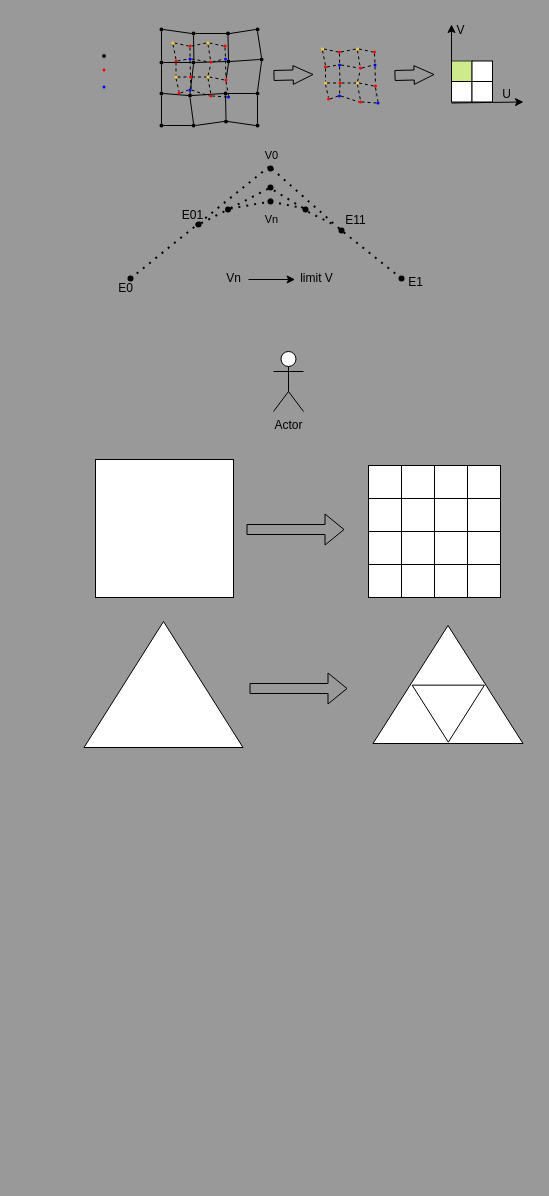
Before: GDOC.drawio in killroshan/visio_chart, a draw.io diagram. Source tidied: cells renumbered, new cells numbered last; positions are measured from the earlier drawing's top-left corner, leaving out a move shared by most shapes. Both pictures are drawn from the tidied source at 100%, with x=0, y=0 at pixel (95, 17). Pictures stored in the file or linked from it are replaced by grey dashed boxes.
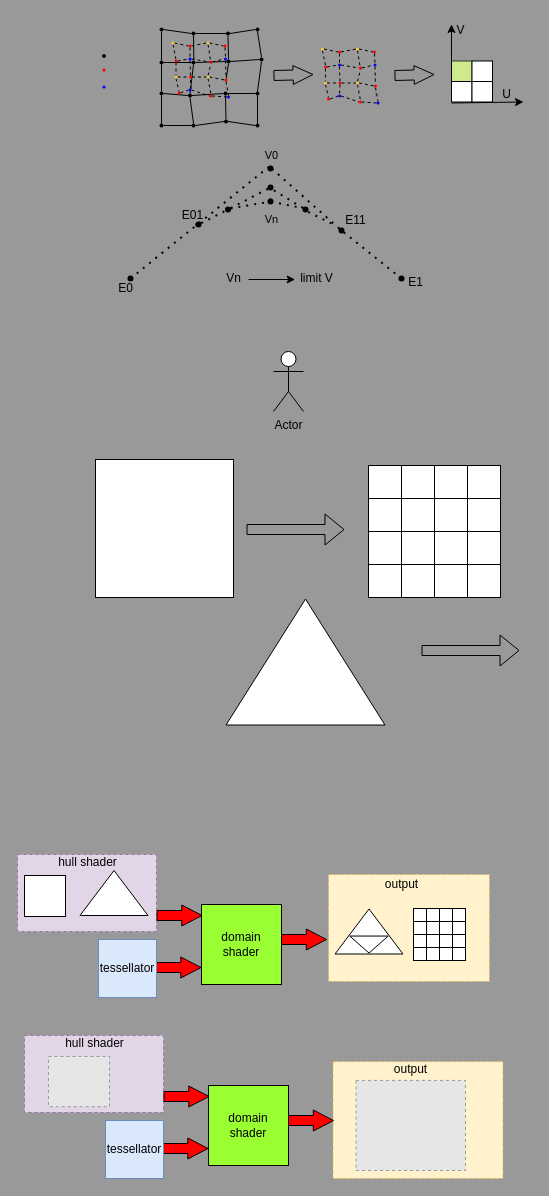
Above is the later version.

What changed in the source:
```diff
@@
+    <mxCell id="193" style="rounded=0;whiteSpace=wrap;html=1;dashed=1;fillColor=#fff2cc;strokeColor=#d6b656;" parent="1" vertex="1">
+      <mxGeometry x="237.5" y="1044.1" width="170" height="116.9" as="geometry" />
+    </mxCell>
+    <mxCell id="194" style="rounded=0;whiteSpace=wrap;html=1;dashed=1;fillColor=#fff2cc;strokeColor=#d6b656;" parent="1" vertex="1">
+      <mxGeometry x="233" y="857" width="161" height="107" as="geometry" />
+    </mxCell>
+    <mxCell id="195" style="rounded=0;whiteSpace=wrap;html=1;dashed=1;fillColor=#e1d5e7;strokeColor=#9673a6;" parent="1" vertex="1">
+      <mxGeometry x="-78" y="837" width="139" height="77" as="geometry" />
+    </mxCell>
@@
     <mxCell id="189" style="triangle;whiteSpace=wrap;html=1;rotation=-90;" parent="1" vertex="1">
-      <mxGeometry x="5" y="587.5" width="126" height="159" as="geometry" />
+      <mxGeometry x="147" y="565" width="126" height="159" as="geometry" />
     </mxCell>
     <mxCell id="190" style="shape=flexArrow;endArrow=classic;html=1;rounded=0;" parent="1" edge="1">
       <mxGeometry relative="1" as="geometry">
-        <mxPoint x="154" y="671" as="sourcePoint" />
-        <mxPoint x="252" y="671" as="targetPoint" />
+        <mxPoint x="326" y="633" as="sourcePoint" />
+        <mxPoint x="424" y="633" as="targetPoint" />
       </mxGeometry>
     </mxCell>
-    <mxCell id="191" style="triangle;whiteSpace=wrap;html=1;rotation=-90;" parent="1" vertex="1">
-      <mxGeometry x="293.5" y="592" width="118" height="150" as="geometry" />
-    </mxCell>
-    <mxCell id="192" style="triangle;whiteSpace=wrap;html=1;rotation=90;" parent="1" vertex="1">
-      <mxGeometry x="324.3" y="660" width="57" height="72.3" as="geometry" />
-    </mxCell>
+    <mxCell id="196" value="domain&lt;br&gt;shader" style="whiteSpace=wrap;html=1;fillColor=#99FF33;" parent="1" vertex="1">
+      <mxGeometry x="106" y="887" width="80" height="80" as="geometry" />
+    </mxCell>
+    <mxCell id="197" style="shape=flexArrow;endArrow=classic;html=1;rounded=0;fillColor=#FF0000;endWidth=10;endSize=6.3999999999999995;" parent="1" edge="1">
+      <mxGeometry relative="1" as="geometry">
+        <mxPoint x="60" y="950" as="sourcePoint" />
+        <mxPoint x="106" y="950" as="targetPoint" />
+      </mxGeometry>
+    </mxCell>
+    <mxCell id="198" value="tessellator" style="whiteSpace=wrap;html=1;fillColor=#dae8fc;strokeColor=#6c8ebf;" parent="1" vertex="1">
+      <mxGeometry x="3" y="922" width="58" height="58" as="geometry" />
+    </mxCell>
+    <mxCell id="199" style="shape=flexArrow;endArrow=classic;html=1;rounded=0;fillColor=#FF0000;endWidth=10;endSize=6.3999999999999995;" parent="1" edge="1">
+      <mxGeometry relative="1" as="geometry">
+        <mxPoint x="61" y="898" as="sourcePoint" />
+        <mxPoint x="107" y="898" as="targetPoint" />
+      </mxGeometry>
+    </mxCell>
+    <mxCell id="200" style="whiteSpace=wrap;html=1;" parent="1" vertex="1">
+      <mxGeometry x="-71" y="858" width="41" height="41" as="geometry" />
+    </mxCell>
+    <mxCell id="201" style="triangle;whiteSpace=wrap;html=1;rotation=-90;" parent="1" vertex="1">
+      <mxGeometry x="-4" y="841.5" width="45" height="68" as="geometry" />
+    </mxCell>
+    <mxCell id="202" style="shape=flexArrow;endArrow=classic;html=1;rounded=0;fillColor=#FF0000;endWidth=10;endSize=6.3999999999999995;" parent="1" edge="1">
+      <mxGeometry relative="1" as="geometry">
+        <mxPoint x="185.5" y="922" as="sourcePoint" />
+        <mxPoint x="231.5" y="922" as="targetPoint" />
+      </mxGeometry>
+    </mxCell>
+    <mxCell id="203" value="hull shader" style="text;html=1;align=center;verticalAlign=middle;strokeColor=none;fillColor=none;" parent="1" vertex="1">
+      <mxGeometry x="-47" y="832" width="77" height="26" as="geometry" />
+    </mxCell>
+    <mxCell id="204" style="triangle;whiteSpace=wrap;html=1;rotation=-90;" parent="1" vertex="1">
+      <mxGeometry x="251" y="880" width="45" height="68" as="geometry" />
+    </mxCell>
+    <mxCell id="205" style="triangle;whiteSpace=wrap;html=1;rotation=90;" parent="1" vertex="1">
+      <mxGeometry x="265" y="907.8" width="17" height="38.5" as="geometry" />
+    </mxCell>
+    <mxCell id="206" style="whiteSpace=wrap;html=1;" parent="1" vertex="1">
+      <mxGeometry x="318" y="891" width="13" height="13" as="geometry" />
+    </mxCell>
+    <mxCell id="207" style="whiteSpace=wrap;html=1;" parent="1" vertex="1">
+      <mxGeometry x="331" y="891" width="13" height="13" as="geometry" />
+    </mxCell>
+    <mxCell id="208" style="whiteSpace=wrap;html=1;" parent="1" vertex="1">
+      <mxGeometry x="344" y="891" width="13" height="13" as="geometry" />
+    </mxCell>
+    <mxCell id="209" style="whiteSpace=wrap;html=1;" parent="1" vertex="1">
+      <mxGeometry x="357" y="891" width="13" height="13" as="geometry" />
+    </mxCell>
+    <mxCell id="210" style="whiteSpace=wrap;html=1;" parent="1" vertex="1">
+      <mxGeometry x="318" y="904" width="13" height="13" as="geometry" />
+    </mxCell>
+    <mxCell id="211" style="whiteSpace=wrap;html=1;" parent="1" vertex="1">
+      <mxGeometry x="331" y="904" width="13" height="13" as="geometry" />
+    </mxCell>
+    <mxCell id="212" style="whiteSpace=wrap;html=1;" parent="1" vertex="1">
+      <mxGeometry x="344" y="904" width="13" height="13" as="geometry" />
+    </mxCell>
+    <mxCell id="213" style="whiteSpace=wrap;html=1;" parent="1" vertex="1">
+      <mxGeometry x="357" y="904" width="13" height="13" as="geometry" />
+    </mxCell>
+    <mxCell id="214" style="whiteSpace=wrap;html=1;" parent="1" vertex="1">
+      <mxGeometry x="318" y="917" width="13" height="13" as="geometry" />
+    </mxCell>
+    <mxCell id="215" style="whiteSpace=wrap;html=1;" parent="1" vertex="1">
+      <mxGeometry x="331" y="917" width="13" height="13" as="geometry" />
+    </mxCell>
+    <mxCell id="216" style="whiteSpace=wrap;html=1;" parent="1" vertex="1">
+      <mxGeometry x="344" y="917" width="13" height="13" as="geometry" />
+    </mxCell>
+    <mxCell id="217" style="whiteSpace=wrap;html=1;" parent="1" vertex="1">
+      <mxGeometry x="357" y="917" width="13" height="13" as="geometry" />
+    </mxCell>
+    <mxCell id="218" style="whiteSpace=wrap;html=1;" parent="1" vertex="1">
+      <mxGeometry x="318" y="930" width="13" height="13" as="geometry" />
+    </mxCell>
+    <mxCell id="219" style="whiteSpace=wrap;html=1;" parent="1" vertex="1">
+      <mxGeometry x="331" y="930" width="13" height="13" as="geometry" />
+    </mxCell>
+    <mxCell id="220" style="whiteSpace=wrap;html=1;" parent="1" vertex="1">
+      <mxGeometry x="344" y="930" width="13" height="13" as="geometry" />
+    </mxCell>
+    <mxCell id="221" style="whiteSpace=wrap;html=1;" parent="1" vertex="1">
+      <mxGeometry x="357" y="930" width="13" height="13" as="geometry" />
+    </mxCell>
+    <mxCell id="222" value="output" style="text;html=1;align=center;verticalAlign=middle;strokeColor=none;fillColor=none;" parent="1" vertex="1">
+      <mxGeometry x="280" y="854" width="51" height="26" as="geometry" />
+    </mxCell>
+    <mxCell id="223" style="rounded=0;whiteSpace=wrap;html=1;dashed=1;fillColor=#e1d5e7;strokeColor=#9673a6;" parent="1" vertex="1">
+      <mxGeometry x="-71" y="1018" width="139" height="77" as="geometry" />
+    </mxCell>
+    <mxCell id="224" value="domain&lt;br&gt;shader" style="whiteSpace=wrap;html=1;fillColor=#99FF33;" parent="1" vertex="1">
+      <mxGeometry x="113" y="1068" width="80" height="80" as="geometry" />
+    </mxCell>
+    <mxCell id="225" style="shape=flexArrow;endArrow=classic;html=1;rounded=0;fillColor=#FF0000;endWidth=10;endSize=6.3999999999999995;" parent="1" edge="1">
+      <mxGeometry relative="1" as="geometry">
+        <mxPoint x="67" y="1131" as="sourcePoint" />
+        <mxPoint x="113" y="1131" as="targetPoint" />
+      </mxGeometry>
+    </mxCell>
+    <mxCell id="226" value="tessellator" style="whiteSpace=wrap;html=1;fillColor=#dae8fc;strokeColor=#6c8ebf;" parent="1" vertex="1">
+      <mxGeometry x="10" y="1103" width="58" height="58" as="geometry" />
+    </mxCell>
+    <mxCell id="227" style="shape=flexArrow;endArrow=classic;html=1;rounded=0;fillColor=#FF0000;endWidth=10;endSize=6.3999999999999995;" parent="1" edge="1">
+      <mxGeometry relative="1" as="geometry">
+        <mxPoint x="68" y="1079" as="sourcePoint" />
+        <mxPoint x="114" y="1079" as="targetPoint" />
+      </mxGeometry>
+    </mxCell>
+    <mxCell id="228" style="shape=flexArrow;endArrow=classic;html=1;rounded=0;fillColor=#FF0000;endWidth=10;endSize=6.3999999999999995;" parent="1" edge="1">
+      <mxGeometry relative="1" as="geometry">
+        <mxPoint x="192.5" y="1103" as="sourcePoint" />
+        <mxPoint x="238.5" y="1103" as="targetPoint" />
+      </mxGeometry>
+    </mxCell>
+    <mxCell id="229" value="hull shader" style="text;html=1;align=center;verticalAlign=middle;strokeColor=none;fillColor=none;" parent="1" vertex="1">
+      <mxGeometry x="-40" y="1013" width="77" height="26" as="geometry" />
+    </mxCell>
+    <mxCell id="230" value="output" style="text;html=1;align=center;verticalAlign=middle;strokeColor=none;fillColor=none;" parent="1" vertex="1">
+      <mxGeometry x="289.8" y="1039" width="51" height="26" as="geometry" />
+    </mxCell>
+    <mxCell id="231" style="fillColor=#E6E6E6;strokeColor=#999999;dashed=1;verticalLabelPosition=bottom;verticalAlign=top;" parent="1" vertex="1">
+      <mxGeometry x="260.5" y="1062.9" width="109.5" height="90.1" as="geometry" />
+    </mxCell>
+    <mxCell id="232" style="fillColor=#E6E6E6;strokeColor=#999999;dashed=1;verticalLabelPosition=bottom;verticalAlign=top;" parent="1" vertex="1">
+      <mxGeometry x="-47" y="1039" width="61" height="50.2" as="geometry" />
+    </mxCell>
```
